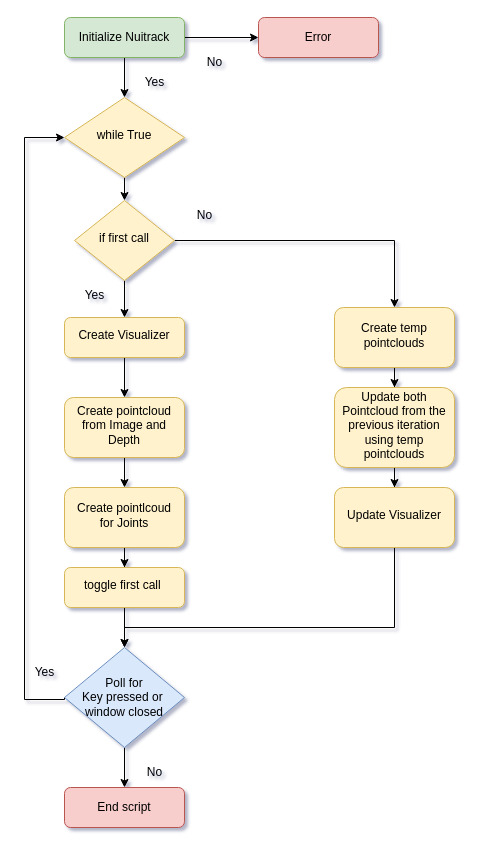
Earlier version of the draw.io diagram diagrams/nuitrack_3D.drawio (talhabasit/pointclouds). Source tidied: cells renumbered, new cells numbered last; positions are measured from the earlier drawing's top-left corner, leaving out a move shared by most shapes. Both pictures are drawn from the tidied source at 100%, with x=0, y=0 at pixel (24, 17).
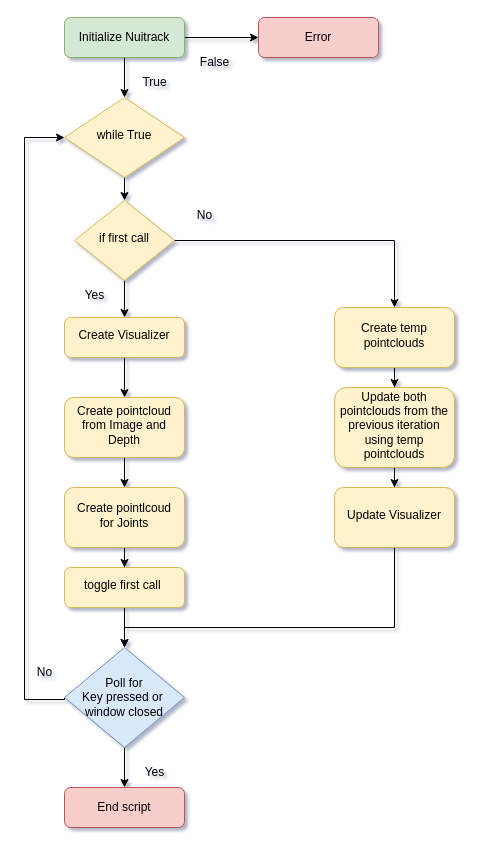
The same diagram, later.

Change to the diagram source:
```diff
@@
-    <mxCell id="12" value="Yes" style="text;html=1;align=center;verticalAlign=middle;strokeColor=none;fillColor=none;" parent="1" vertex="1">
+    <mxCell id="12" value="No" style="text;html=1;align=center;verticalAlign=middle;strokeColor=none;fillColor=none;" parent="1" vertex="1">
       <mxGeometry y="640" width="40" height="30" as="geometry" />
     </mxCell>
-    <mxCell id="13" value="No" style="text;html=1;align=center;verticalAlign=middle;strokeColor=none;fillColor=none;" parent="1" vertex="1">
+    <mxCell id="13" value="Yes" style="text;html=1;align=center;verticalAlign=middle;strokeColor=none;fillColor=none;" parent="1" vertex="1">
       <mxGeometry x="110" y="740" width="40" height="30" as="geometry" />
     </mxCell>
@@
-    <mxCell id="15" value="Yes" style="text;html=1;align=center;verticalAlign=middle;strokeColor=none;fillColor=none;" parent="1" vertex="1">
-      <mxGeometry x="110" y="50" width="40" height="30" as="geometry" />
+    <mxCell id="15" value="True" style="text;html=1;align=center;verticalAlign=middle;strokeColor=none;fillColor=none;" parent="1" vertex="1">
+      <mxGeometry x="105" y="50" width="50" height="30" as="geometry" />
     </mxCell>
-    <mxCell id="16" value="No" style="text;html=1;align=center;verticalAlign=middle;strokeColor=none;fillColor=none;" parent="1" vertex="1">
-      <mxGeometry x="170" y="30" width="40" height="30" as="geometry" />
+    <mxCell id="16" value="False" style="text;html=1;align=center;verticalAlign=middle;strokeColor=none;fillColor=none;" parent="1" vertex="1">
+      <mxGeometry x="165" y="30" width="50" height="30" as="geometry" />
     </mxCell>
@@
-    <mxCell id="28" value="Update both Pointcloud from the previous iteration using temp pointclouds" style="rounded=1;whiteSpace=wrap;html=1;fillColor=#fff2cc;strokeColor=#d6b656;shadow=0;strokeWidth=1;spacing=6;spacingTop=-4;" parent="1" vertex="1">
+    <mxCell id="28" value="Update both pointclouds from the previous iteration using temp pointclouds" style="rounded=1;whiteSpace=wrap;html=1;fillColor=#fff2cc;strokeColor=#d6b656;shadow=0;strokeWidth=1;spacing=6;spacingTop=-4;" parent="1" vertex="1">
       <mxGeometry x="310" y="370" width="120" height="80" as="geometry" />
     </mxCell>
```
